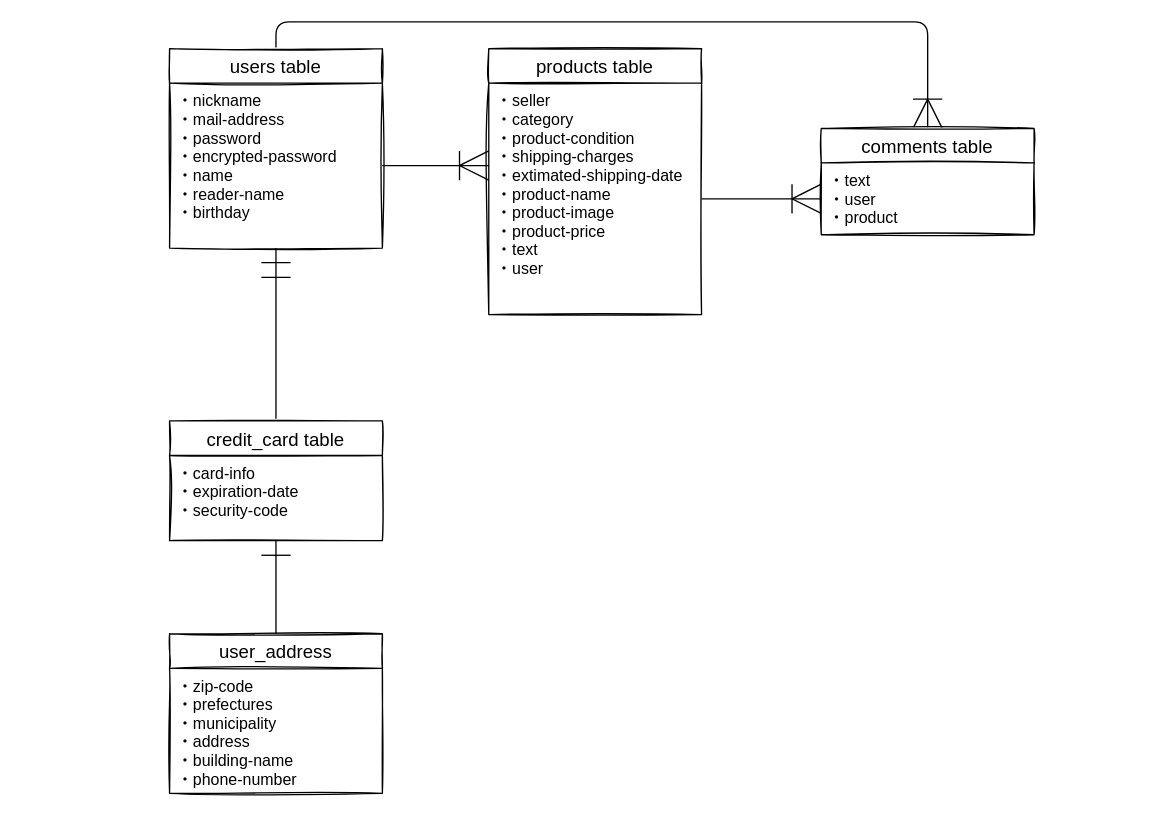
The draw.io diagram furima.dio in jaxzzxaj/furima-33994, before the edit. Source tidied: cells renumbered, new cells numbered last; positions are measured from the earlier drawing's top-left corner, leaving out a move shared by most shapes. Both pictures are drawn from the tidied source at 133%, with x=0, y=0 at pixel (169, 48).
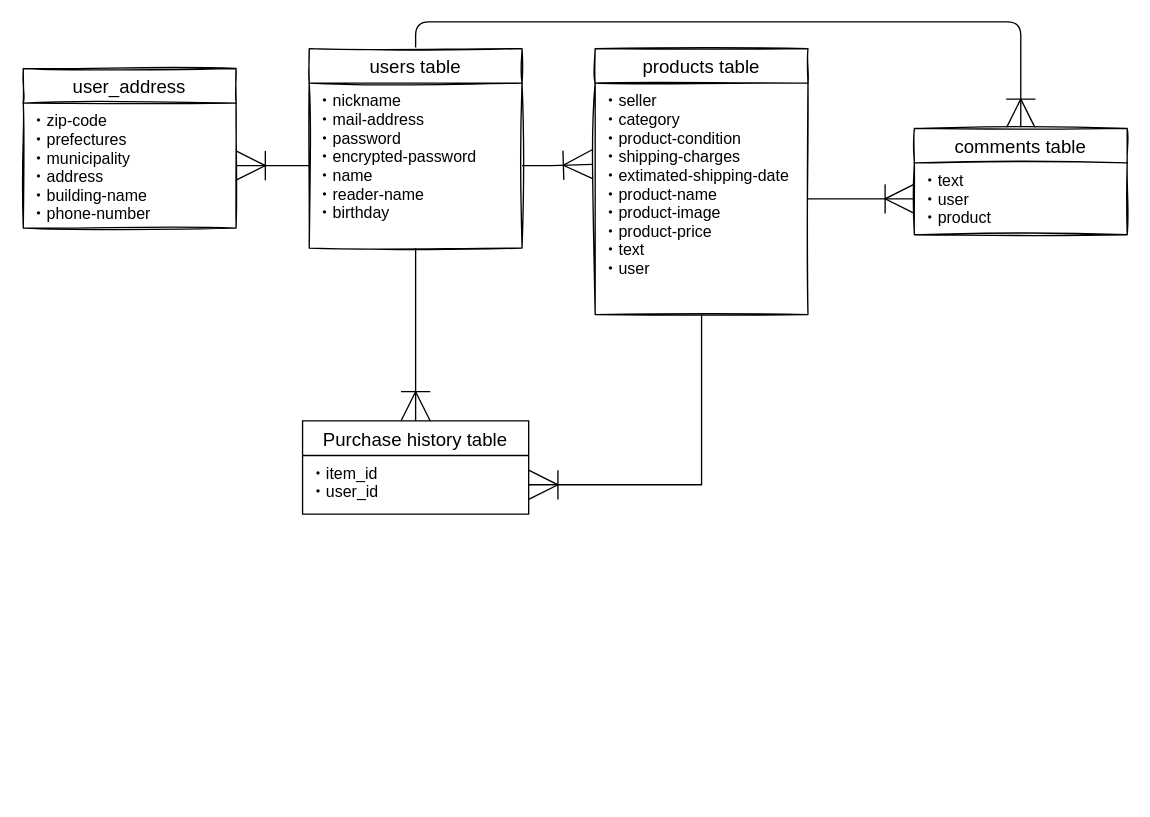
Above is the later version.

Diff of the diagram source:
```diff
@@
 <mxGraphModel>
   <root>
     <mxCell id="0" />
     <mxCell id="1" parent="0" />
     <mxCell id="2" style="edgeStyle=orthogonalEdgeStyle;rounded=1;sketch=0;jettySize=auto;html=1;exitX=0.5;exitY=0;exitDx=0;exitDy=0;entryX=0.5;entryY=0;entryDx=0;entryDy=0;startSize=20;endArrow=ERoneToMany;endFill=0;endSize=20;" parent="1" edge="1" source="3" target="7">
       <mxGeometry relative="1" as="geometry" />
     </mxCell>
     <mxCell id="3" value="users table" style="swimlane;fontStyle=0;horizontal=1;startSize=26;align=center;fontSize=14;rounded=0;sketch=1;" parent="1" vertex="1">
-      <mxGeometry width="160" height="150" as="geometry" />
+      <mxGeometry x="105" width="160" height="150" as="geometry" />
     </mxCell>
     <mxCell id="4" value="・nickname&#10;・mail-address&#10;・password&#10;・encrypted-password&#10;・name&#10;・reader-name&#10;・birthday&#10;" style="text;strokeColor=none;fillColor=none;spacingLeft=4;spacingRight=4;overflow=hidden;points=[[0,0.5],[1,0.5]];portConstraint=eastwest;fontSize=12;" parent="3" vertex="1">
       <mxGeometry y="26" width="160" height="124" as="geometry" />
     </mxCell>
     <mxCell id="5" value="products table" style="swimlane;fontStyle=0;horizontal=1;startSize=26;align=center;fontSize=14;rounded=0;sketch=1;" parent="1" vertex="1">
-      <mxGeometry x="240" width="160" height="200" as="geometry" />
+      <mxGeometry x="320" width="160" height="200" as="geometry" />
     </mxCell>
     <mxCell id="6" value="・seller&#10;・category&#10;・product-condition&#10;・shipping-charges&#10;・extimated-shipping-date&#10;・product-name&#10;・product-image&#10;・product-price&#10;・text&#10;・user" style="text;strokeColor=none;fillColor=none;spacingLeft=4;spacingRight=4;overflow=hidden;points=[[0,0.5],[1,0.5]];portConstraint=eastwest;fontSize=12;sketch=0;shadow=0;" parent="5" vertex="1">
       <mxGeometry y="26" width="160" height="174" as="geometry" />
     </mxCell>
     <mxCell id="7" value="comments table" style="swimlane;fontStyle=0;horizontal=1;startSize=26;align=center;fontSize=14;rounded=0;sketch=1;" parent="1" vertex="1">
-      <mxGeometry x="490" y="60" width="160" height="80" as="geometry" />
+      <mxGeometry x="560" y="60" width="160" height="80" as="geometry" />
     </mxCell>
     <mxCell id="8" value="・text&#10;・user&#10;・product&#10;" style="text;strokeColor=none;fillColor=none;spacingLeft=4;spacingRight=4;overflow=hidden;points=[[0,0.5],[1,0.5]];portConstraint=eastwest;fontSize=12;sketch=0;shadow=0;" parent="7" vertex="1">
       <mxGeometry y="26" width="160" height="54" as="geometry" />
     </mxCell>
-    <mxCell id="9" style="edgeStyle=orthogonalEdgeStyle;rounded=1;sketch=0;jettySize=auto;html=1;exitX=0.5;exitY=0;exitDx=0;exitDy=0;entryX=0.5;entryY=1;entryDx=0;entryDy=0;entryPerimeter=0;startSize=20;endArrow=ERmandOne;endFill=0;endSize=20;" parent="1" edge="1" source="10" target="4">
-      <mxGeometry relative="1" as="geometry" />
-    </mxCell>
-    <mxCell id="10" value="credit_card table" style="swimlane;fontStyle=0;horizontal=1;startSize=26;align=center;fontSize=14;rounded=0;sketch=1;" parent="1" vertex="1">
-      <mxGeometry y="280" width="160" height="90" as="geometry" />
-    </mxCell>
-    <mxCell id="11" value="・card-info&#10;・expiration-date&#10;・security-code" style="text;strokeColor=none;fillColor=none;spacingLeft=4;spacingRight=4;overflow=hidden;fontSize=12;" parent="10" vertex="1">
-      <mxGeometry y="26" width="160" height="64" as="geometry" />
-    </mxCell>
-    <mxCell id="12" style="edgeStyle=orthogonalEdgeStyle;rounded=1;sketch=0;jettySize=auto;html=1;exitX=0.5;exitY=0;exitDx=0;exitDy=0;startSize=20;endArrow=ERone;endFill=0;endSize=20;" parent="1" edge="1" source="13" target="10">
-      <mxGeometry relative="1" as="geometry" />
-    </mxCell>
     <mxCell id="13" value="user_address" style="swimlane;fontStyle=0;horizontal=1;startSize=26;align=center;fontSize=14;rounded=0;sketch=1;" parent="1" vertex="1">
-      <mxGeometry y="440" width="160" height="120" as="geometry" />
+      <mxGeometry x="-110" y="15" width="160" height="120" as="geometry" />
     </mxCell>
     <mxCell id="14" value="・zip-code&#10;・prefectures&#10;・municipality&#10;・address&#10;・building-name&#10;・phone-number&#10;" style="text;strokeColor=none;fillColor=none;spacingLeft=4;spacingRight=4;overflow=hidden;points=[[0,0.5],[1,0.5]];portConstraint=eastwest;fontSize=12;sketch=0;shadow=0;" parent="13" vertex="1">
       <mxGeometry y="26" width="160" height="94" as="geometry" />
     </mxCell>
-    <mxCell id="15" style="edgeStyle=none;rounded=1;sketch=0;jettySize=auto;html=1;exitX=1;exitY=0.5;exitDx=0;exitDy=0;endArrow=ERoneToMany;endFill=0;endSize=20;startSize=20;" parent="1" edge="1" source="4">
-      <mxGeometry relative="1" as="geometry">
-        <mxPoint x="240" y="88" as="targetPoint" />
-      </mxGeometry>
-    </mxCell>
     <mxCell id="16" style="edgeStyle=none;rounded=1;sketch=0;jettySize=auto;html=1;exitX=1;exitY=0.5;exitDx=0;exitDy=0;endArrow=ERoneToMany;endFill=0;endSize=20;" parent="1" edge="1" source="6" target="8">
       <mxGeometry relative="1" as="geometry" />
     </mxCell>
+    <mxCell id="17" style="edgeStyle=orthogonalEdgeStyle;rounded=0;jettySize=auto;html=1;endArrow=ERoneToMany;endFill=0;endSize=20;entryX=0.5;entryY=0;entryDx=0;entryDy=0;" parent="1" edge="1" source="3" target="18">
+      <mxGeometry relative="1" as="geometry" />
+    </mxCell>
+    <mxCell id="18" value="Purchase history table" style="swimlane;fontStyle=0;horizontal=1;startSize=26;align=center;fontSize=14;" parent="1" vertex="1">
+      <mxGeometry x="100" y="280" width="170" height="70" as="geometry" />
+    </mxCell>
+    <mxCell id="19" value="・item_id&#10;・user_id" style="text;strokeColor=none;fillColor=none;spacingLeft=4;spacingRight=4;overflow=hidden;points=[[0,0.5],[1,0.5]];portConstraint=eastwest;fontSize=12;" parent="18" vertex="1">
+      <mxGeometry y="26" width="170" height="44" as="geometry" />
+    </mxCell>
+    <mxCell id="20" style="edgeStyle=orthogonalEdgeStyle;rounded=0;jettySize=auto;html=1;exitX=1;exitY=0.5;exitDx=0;exitDy=0;entryX=-0.012;entryY=0.351;entryDx=0;entryDy=0;entryPerimeter=0;endSize=20;endArrow=ERoneToMany;endFill=0;" parent="1" edge="1" source="4" target="6">
+      <mxGeometry relative="1" as="geometry" />
+    </mxCell>
+    <mxCell id="21" style="edgeStyle=orthogonalEdgeStyle;rounded=0;jettySize=auto;html=1;exitX=0;exitY=0.5;exitDx=0;exitDy=0;entryX=1;entryY=0.5;entryDx=0;entryDy=0;endArrow=ERoneToMany;endFill=0;endSize=20;" parent="1" edge="1" source="4" target="14">
+      <mxGeometry relative="1" as="geometry" />
+    </mxCell>
+    <mxCell id="22" style="edgeStyle=orthogonalEdgeStyle;rounded=0;jettySize=auto;html=1;endArrow=ERoneToMany;endFill=0;endSize=20;entryX=1;entryY=0.5;entryDx=0;entryDy=0;" parent="1" edge="1" source="5" target="19">
+      <mxGeometry relative="1" as="geometry" />
+    </mxCell>
   </root>
 </mxGraphModel>
```
